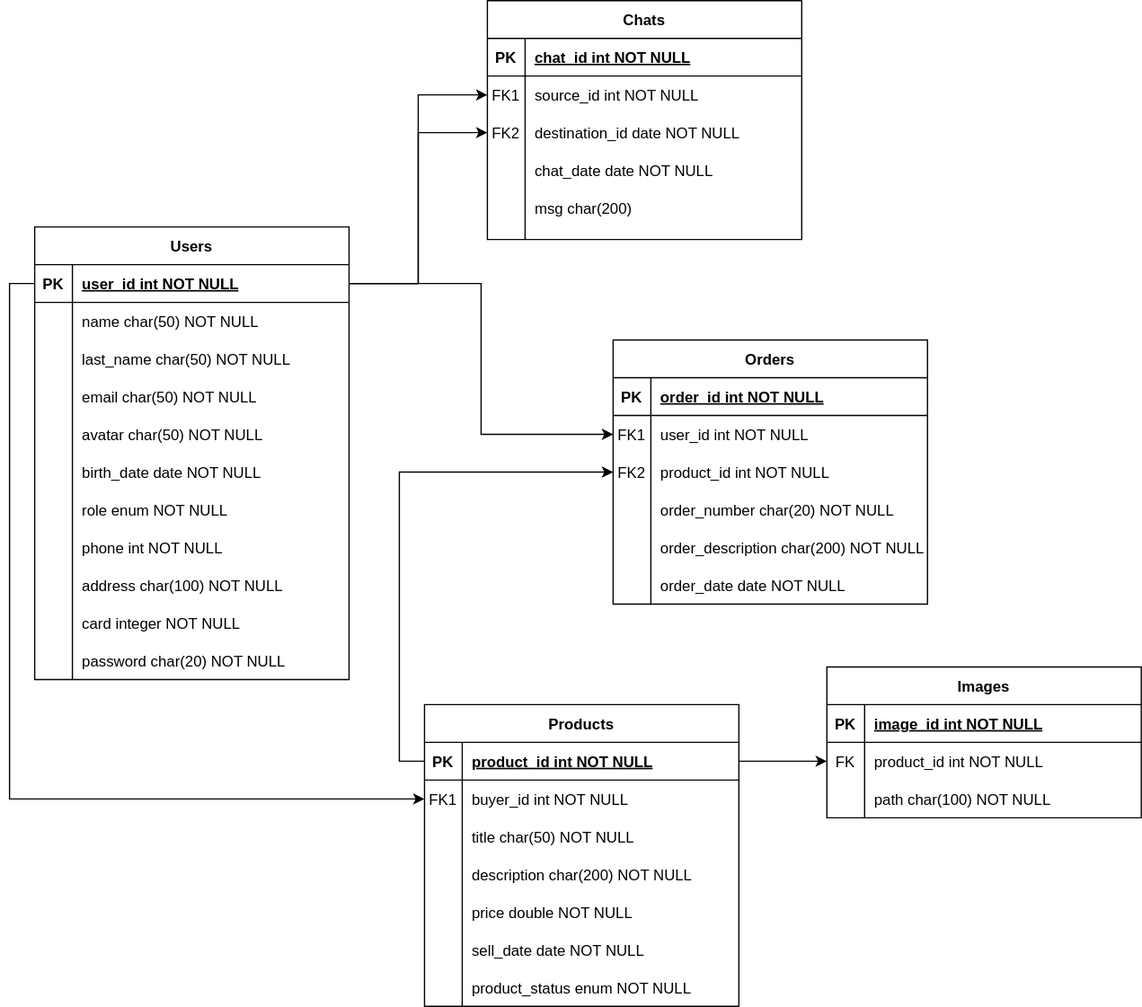
The draw.io diagram images/diagram7.svg in adrianoosses/final-back, before a commit. Source tidied: cells renumbered, new cells last; positions are measured from the earlier drawing's top-left corner, leaving out a move shared by most shapes.
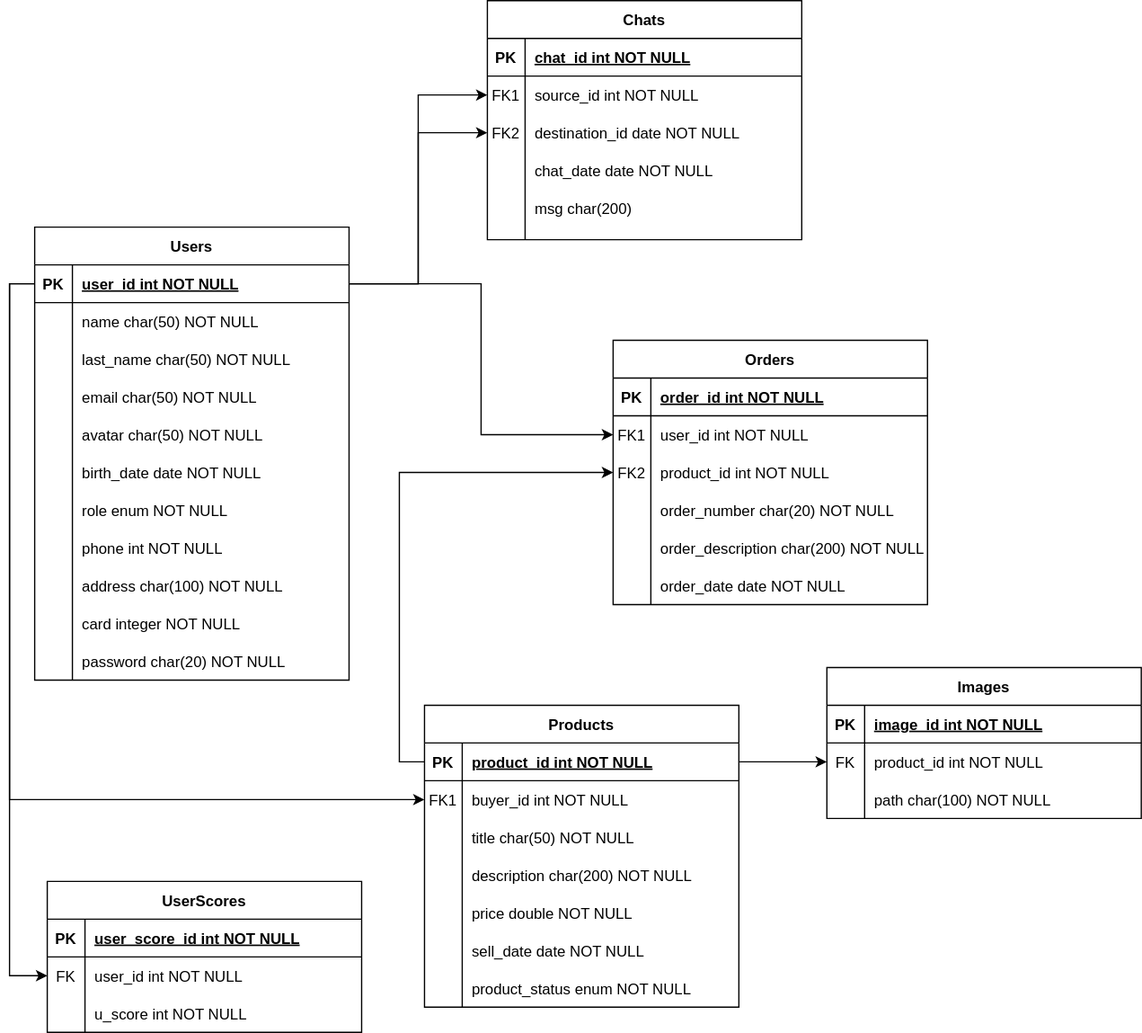
After the change.

Change to the diagram source:
```diff
@@ -323,5 +323,38 @@
     <mxCell id="108" style="edgeStyle=orthogonalEdgeStyle;rounded=0;jettySize=auto;html=1;exitX=0;exitY=0.5;exitDx=0;exitDy=0;entryX=0;entryY=0.5;entryDx=0;entryDy=0;" parent="1" edge="1" source="72" target="59">
       <mxGeometry relative="1" as="geometry" />
     </mxCell>
+    <mxCell id="109" value="UserScores" style="shape=table;startSize=30;rowLines=0;fontStyle=1;align=center;" parent="1" vertex="1">
+      <mxGeometry x="10" y="700" width="250" height="120" as="geometry" />
+    </mxCell>
+    <mxCell id="110" style="shape=partialRectangle;fillColor=none;top=0;left=0;right=0;bottom=1;" parent="109" vertex="1">
+      <mxGeometry y="30" width="250" height="30" as="geometry" />
+    </mxCell>
+    <mxCell id="111" value="PK" style="shape=partialRectangle;overflow=hidden;fillColor=none;top=0;left=0;bottom=0;right=0;fontStyle=1;" parent="110" vertex="1">
+      <mxGeometry width="30" height="30" as="geometry" />
+    </mxCell>
+    <mxCell id="112" value="user_score_id int NOT NULL " style="shape=partialRectangle;overflow=hidden;fillColor=none;top=0;left=0;bottom=0;right=0;align=left;spacingLeft=6;fontStyle=5;" parent="110" vertex="1">
+      <mxGeometry x="30" width="220" height="30" as="geometry" />
+    </mxCell>
+    <mxCell id="113" style="shape=partialRectangle;fillColor=none;points=[[0,0.5],[1,0.5]];portConstraint=eastwest;top=0;left=0;right=0;bottom=0;" parent="109" vertex="1">
+      <mxGeometry y="60" width="250" height="30" as="geometry" />
+    </mxCell>
+    <mxCell id="114" value="FK" style="shape=partialRectangle;overflow=hidden;fillColor=none;top=0;left=0;bottom=0;right=0;" parent="113" vertex="1">
+      <mxGeometry width="30" height="30" as="geometry" />
+    </mxCell>
+    <mxCell id="115" value="user_id int NOT NULL" style="shape=partialRectangle;overflow=hidden;fillColor=none;top=0;left=0;bottom=0;right=0;align=left;spacingLeft=6;" parent="113" vertex="1">
+      <mxGeometry x="30" width="220" height="30" as="geometry" />
+    </mxCell>
+    <mxCell id="116" style="shape=partialRectangle;fillColor=none;top=0;left=0;right=0;bottom=0;" parent="109" vertex="1">
+      <mxGeometry y="90" width="250" height="30" as="geometry" />
+    </mxCell>
+    <mxCell id="117" style="shape=partialRectangle;overflow=hidden;fillColor=none;top=0;left=0;bottom=0;right=0;" parent="116" vertex="1">
+      <mxGeometry width="30" height="30" as="geometry" />
+    </mxCell>
+    <mxCell id="118" value="u_score int NOT NULL" style="shape=partialRectangle;overflow=hidden;fillColor=none;top=0;left=0;bottom=0;right=0;align=left;spacingLeft=6;" parent="116" vertex="1">
+      <mxGeometry x="30" width="220" height="30" as="geometry" />
+    </mxCell>
+    <mxCell id="119" style="edgeStyle=orthogonalEdgeStyle;rounded=0;jettySize=auto;html=1;exitX=0;exitY=0.5;exitDx=0;exitDy=0;entryX=0;entryY=0.5;entryDx=0;entryDy=0;" parent="1" edge="1" source="19" target="113">
+      <mxGeometry relative="1" as="geometry" />
+    </mxCell>
   </root>
 </mxGraphModel>
```
